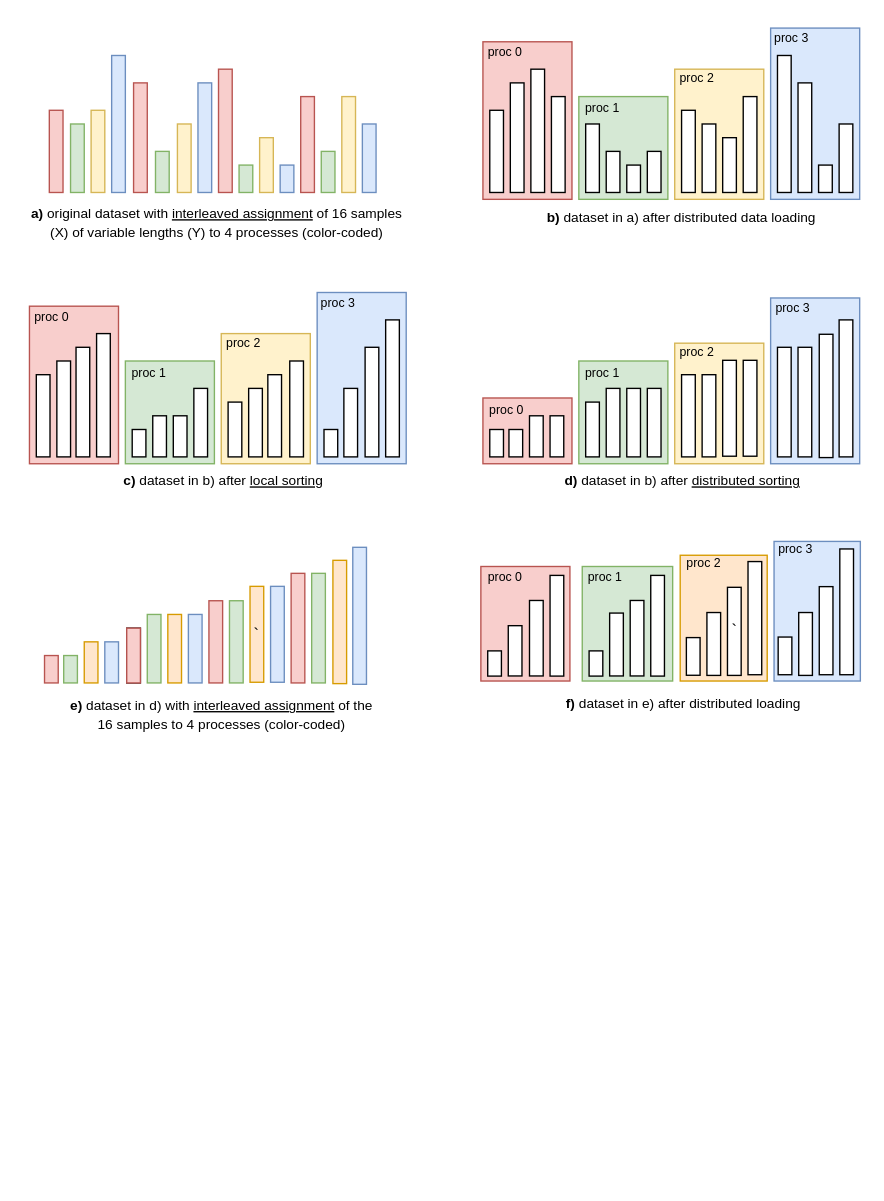
Before: assets/Training-Variable-Length/training-variable-length.drawio in brunomaga/brunomaga.github.io, a draw.io diagram. Source tidied: cells renumbered, new cells numbered last; positions are measured from the earlier drawing's top-left corner, leaving out a move shared by most shapes. Both pictures are drawn from the tidied source at 137%, with x=0, y=0 at pixel (23, 23).
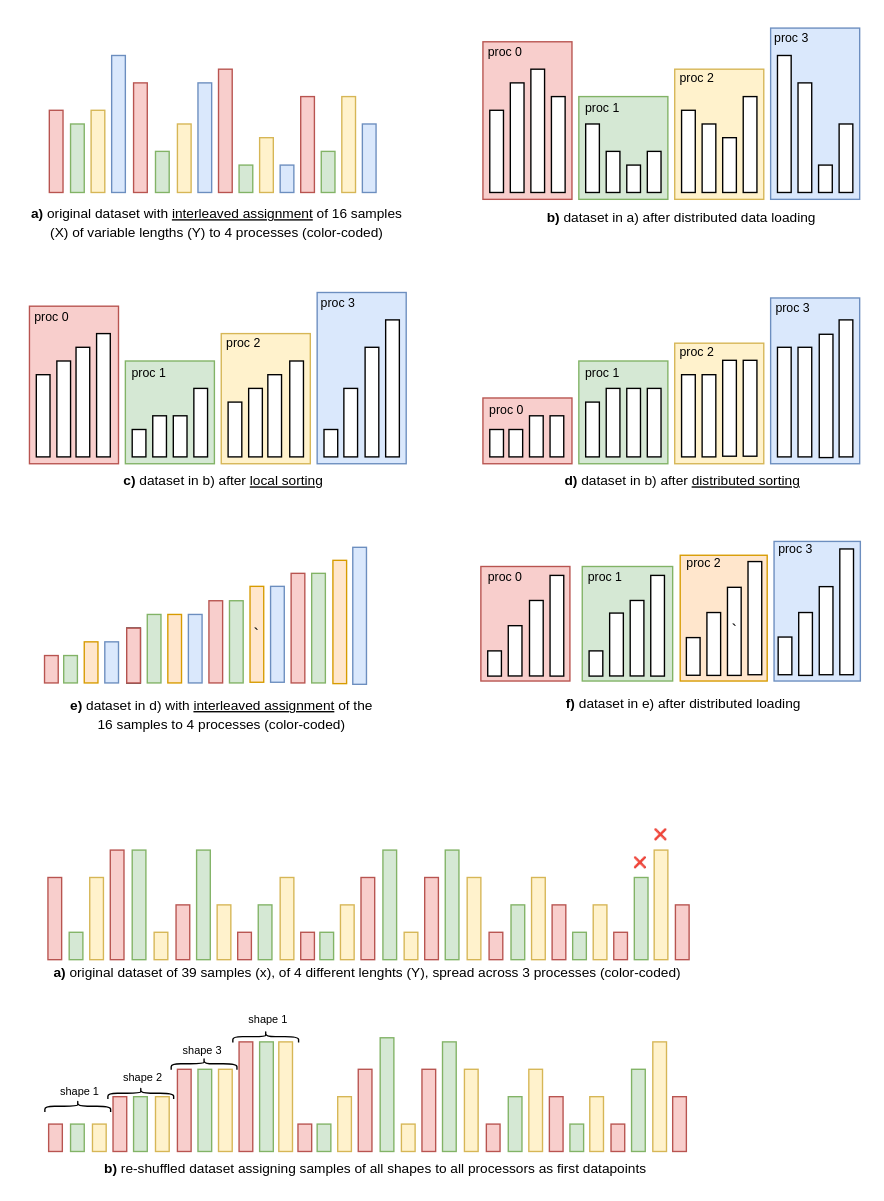
The same diagram, later.

Commit message (it also covers changes not shown here):
variable length training

Diff of the diagram source:
```diff
@@
-    <mxCell id="124" style="group;" parent="1" vertex="1">
-      <mxGeometry x="18.5" y="23" width="238.5" height="100" as="geometry" />
-    </mxCell>
-    <mxCell id="125" style="rounded=0;whiteSpace=wrap;html=1;fillColor=#f8cecc;strokeColor=#b85450;" parent="124" vertex="1">
-      <mxGeometry y="40" width="10" height="60" as="geometry" />
+    <mxCell id="125" style="rounded=0;whiteSpace=wrap;html=1;fillColor=#f8cecc;strokeColor=#b85450;" parent="1" vertex="1">
+      <mxGeometry x="18.5" y="63" width="10" height="60" as="geometry" />
     </mxCell>
-    <mxCell id="126" style="rounded=0;whiteSpace=wrap;html=1;fillColor=#d5e8d4;strokeColor=#82b366;" parent="124" vertex="1">
-      <mxGeometry x="15.5" y="50" width="10" height="50" as="geometry" />
+    <mxCell id="126" style="rounded=0;whiteSpace=wrap;html=1;fillColor=#d5e8d4;strokeColor=#82b366;" parent="1" vertex="1">
+      <mxGeometry x="34" y="73" width="10" height="50" as="geometry" />
     </mxCell>
-    <mxCell id="127" style="rounded=0;whiteSpace=wrap;html=1;fillColor=#fff2cc;strokeColor=#d6b656;" parent="124" vertex="1">
-      <mxGeometry x="30.5" y="40" width="10" height="60" as="geometry" />
+    <mxCell id="127" style="rounded=0;whiteSpace=wrap;html=1;fillColor=#fff2cc;strokeColor=#d6b656;" parent="1" vertex="1">
+      <mxGeometry x="49" y="63" width="10" height="60" as="geometry" />
     </mxCell>
-    <mxCell id="128" style="rounded=0;whiteSpace=wrap;html=1;fillColor=#dae8fc;strokeColor=#6c8ebf;" parent="124" vertex="1">
-      <mxGeometry x="45.5" width="10" height="100" as="geometry" />
+    <mxCell id="128" style="rounded=0;whiteSpace=wrap;html=1;fillColor=#dae8fc;strokeColor=#6c8ebf;" parent="1" vertex="1">
+      <mxGeometry x="64" y="23" width="10" height="100" as="geometry" />
     </mxCell>
-    <mxCell id="129" style="rounded=0;whiteSpace=wrap;html=1;fillColor=#f8cecc;strokeColor=#b85450;" parent="124" vertex="1">
-      <mxGeometry x="61.5" y="20" width="10" height="80" as="geometry" />
+    <mxCell id="129" style="rounded=0;whiteSpace=wrap;html=1;fillColor=#f8cecc;strokeColor=#b85450;" parent="1" vertex="1">
+      <mxGeometry x="80" y="43" width="10" height="80" as="geometry" />
     </mxCell>
-    <mxCell id="130" style="rounded=0;whiteSpace=wrap;html=1;fillColor=#fff2cc;strokeColor=#d6b656;" parent="124" vertex="1">
-      <mxGeometry x="93.5" y="50" width="10" height="50" as="geometry" />
+    <mxCell id="130" style="rounded=0;whiteSpace=wrap;html=1;fillColor=#fff2cc;strokeColor=#d6b656;" parent="1" vertex="1">
+      <mxGeometry x="112" y="73" width="10" height="50" as="geometry" />
     </mxCell>
-    <mxCell id="131" style="rounded=0;whiteSpace=wrap;html=1;fillColor=#dae8fc;strokeColor=#6c8ebf;" parent="124" vertex="1">
-      <mxGeometry x="108.5" y="20" width="10" height="80" as="geometry" />
+    <mxCell id="131" style="rounded=0;whiteSpace=wrap;html=1;fillColor=#dae8fc;strokeColor=#6c8ebf;" parent="1" vertex="1">
+      <mxGeometry x="127" y="43" width="10" height="80" as="geometry" />
     </mxCell>
-    <mxCell id="132" style="rounded=0;whiteSpace=wrap;html=1;fillColor=#d5e8d4;strokeColor=#82b366;" parent="124" vertex="1">
-      <mxGeometry x="77.5" y="70" width="10" height="30" as="geometry" />
+    <mxCell id="132" style="rounded=0;whiteSpace=wrap;html=1;fillColor=#d5e8d4;strokeColor=#82b366;" parent="1" vertex="1">
+      <mxGeometry x="96" y="93" width="10" height="30" as="geometry" />
     </mxCell>
-    <mxCell id="133" style="rounded=0;whiteSpace=wrap;html=1;fillColor=#f8cecc;strokeColor=#b85450;" parent="124" vertex="1">
-      <mxGeometry x="123.5" y="10" width="10" height="90" as="geometry" />
+    <mxCell id="133" style="rounded=0;whiteSpace=wrap;html=1;fillColor=#f8cecc;strokeColor=#b85450;" parent="1" vertex="1">
+      <mxGeometry x="142" y="33" width="10" height="90" as="geometry" />
     </mxCell>
-    <mxCell id="134" style="rounded=0;whiteSpace=wrap;html=1;fillColor=#d5e8d4;strokeColor=#82b366;" parent="124" vertex="1">
-      <mxGeometry x="138.5" y="80" width="10" height="20" as="geometry" />
+    <mxCell id="134" style="rounded=0;whiteSpace=wrap;html=1;fillColor=#d5e8d4;strokeColor=#82b366;" parent="1" vertex="1">
+      <mxGeometry x="157" y="103" width="10" height="20" as="geometry" />
     </mxCell>
-    <mxCell id="135" style="rounded=0;whiteSpace=wrap;html=1;fillColor=#fff2cc;strokeColor=#d6b656;" parent="124" vertex="1">
-      <mxGeometry x="153.5" y="60" width="10" height="40" as="geometry" />
+    <mxCell id="135" style="rounded=0;whiteSpace=wrap;html=1;fillColor=#fff2cc;strokeColor=#d6b656;" parent="1" vertex="1">
+      <mxGeometry x="172" y="83" width="10" height="40" as="geometry" />
     </mxCell>
-    <mxCell id="136" style="rounded=0;whiteSpace=wrap;html=1;fillColor=#dae8fc;strokeColor=#6c8ebf;" parent="124" vertex="1">
-      <mxGeometry x="168.5" y="80" width="10" height="20" as="geometry" />
+    <mxCell id="136" style="rounded=0;whiteSpace=wrap;html=1;fillColor=#dae8fc;strokeColor=#6c8ebf;" parent="1" vertex="1">
+      <mxGeometry x="187" y="103" width="10" height="20" as="geometry" />
     </mxCell>
-    <mxCell id="137" style="rounded=0;whiteSpace=wrap;html=1;fillColor=#f8cecc;strokeColor=#b85450;" parent="124" vertex="1">
-      <mxGeometry x="183.5" y="30" width="10" height="70" as="geometry" />
+    <mxCell id="137" style="rounded=0;whiteSpace=wrap;html=1;fillColor=#f8cecc;strokeColor=#b85450;" parent="1" vertex="1">
+      <mxGeometry x="202" y="53" width="10" height="70" as="geometry" />
     </mxCell>
-    <mxCell id="138" style="rounded=0;whiteSpace=wrap;html=1;fillColor=#d5e8d4;strokeColor=#82b366;" parent="124" vertex="1">
-      <mxGeometry x="198.5" y="70" width="10" height="30" as="geometry" />
+    <mxCell id="138" style="rounded=0;whiteSpace=wrap;html=1;fillColor=#d5e8d4;strokeColor=#82b366;" parent="1" vertex="1">
+      <mxGeometry x="217" y="93" width="10" height="30" as="geometry" />
     </mxCell>
-    <mxCell id="139" style="rounded=0;whiteSpace=wrap;html=1;fillColor=#fff2cc;strokeColor=#d6b656;" parent="124" vertex="1">
-      <mxGeometry x="213.5" y="30" width="10" height="70" as="geometry" />
+    <mxCell id="139" style="rounded=0;whiteSpace=wrap;html=1;fillColor=#fff2cc;strokeColor=#d6b656;" parent="1" vertex="1">
+      <mxGeometry x="232" y="53" width="10" height="70" as="geometry" />
     </mxCell>
-    <mxCell id="140" style="rounded=0;whiteSpace=wrap;html=1;fillColor=#dae8fc;strokeColor=#6c8ebf;" parent="124" vertex="1">
-      <mxGeometry x="228.5" y="50" width="10" height="50" as="geometry" />
+    <mxCell id="140" style="rounded=0;whiteSpace=wrap;html=1;fillColor=#dae8fc;strokeColor=#6c8ebf;" parent="1" vertex="1">
+      <mxGeometry x="247" y="73" width="10" height="50" as="geometry" />
     </mxCell>
+    <mxCell id="141" value="&lt;div style=&quot;text-align: center;&quot;&gt;&lt;span style=&quot;background-color: initial;&quot;&gt;&lt;font size=&quot;1&quot;&gt;&lt;b&gt;a) &lt;/b&gt;original dataset of 39 samples (x), of 4 different lenghts (Y), spread across 3 processes (color-coded)&lt;/font&gt;&lt;/span&gt;&lt;/div&gt;" style="text;whiteSpace=wrap;html=1;" parent="1" vertex="1">
+      <mxGeometry x="20" y="678" width="470" height="22" as="geometry" />
+    </mxCell>
+    <mxCell id="142" style="rounded=0;whiteSpace=wrap;html=1;fillColor=#f8cecc;strokeColor=#b85450;" parent="1" vertex="1">
+      <mxGeometry x="17.5" y="623" width="10" height="60" as="geometry" />
+    </mxCell>
+    <mxCell id="143" style="rounded=0;whiteSpace=wrap;html=1;fillColor=#d5e8d4;strokeColor=#82b366;" parent="1" vertex="1">
+      <mxGeometry x="33" y="663" width="10" height="20" as="geometry" />
+    </mxCell>
+    <mxCell id="144" style="rounded=0;whiteSpace=wrap;html=1;fillColor=#fff2cc;strokeColor=#d6b656;" parent="1" vertex="1">
+      <mxGeometry x="48" y="623" width="10" height="60" as="geometry" />
+    </mxCell>
+    <mxCell id="145" style="rounded=0;whiteSpace=wrap;html=1;fillColor=#f8cecc;strokeColor=#b85450;" parent="1" vertex="1">
+      <mxGeometry x="63" y="603" width="10" height="80" as="geometry" />
+    </mxCell>
+    <mxCell id="146" style="rounded=0;whiteSpace=wrap;html=1;fillColor=#d5e8d4;strokeColor=#82b366;" parent="1" vertex="1">
+      <mxGeometry x="79" y="603" width="10" height="80" as="geometry" />
+    </mxCell>
+    <mxCell id="147" style="rounded=0;whiteSpace=wrap;html=1;fillColor=#f8cecc;strokeColor=#b85450;" parent="1" vertex="1">
+      <mxGeometry x="111" y="643" width="10" height="40" as="geometry" />
+    </mxCell>
+    <mxCell id="148" style="rounded=0;whiteSpace=wrap;html=1;fillColor=#d5e8d4;strokeColor=#82b366;" parent="1" vertex="1">
+      <mxGeometry x="126" y="603" width="10" height="80" as="geometry" />
+    </mxCell>
+    <mxCell id="149" style="rounded=0;whiteSpace=wrap;html=1;fillColor=#fff2cc;strokeColor=#d6b656;" parent="1" vertex="1">
+      <mxGeometry x="95" y="663" width="10" height="20" as="geometry" />
+    </mxCell>
+    <mxCell id="150" style="rounded=0;whiteSpace=wrap;html=1;fillColor=#fff2cc;strokeColor=#d6b656;" parent="1" vertex="1">
+      <mxGeometry x="141" y="643" width="10" height="40" as="geometry" />
+    </mxCell>
+    <mxCell id="151" style="rounded=0;whiteSpace=wrap;html=1;fillColor=#f8cecc;strokeColor=#b85450;" parent="1" vertex="1">
+      <mxGeometry x="156" y="663" width="10" height="20" as="geometry" />
+    </mxCell>
+    <mxCell id="152" style="rounded=0;whiteSpace=wrap;html=1;fillColor=#d5e8d4;strokeColor=#82b366;" parent="1" vertex="1">
+      <mxGeometry x="171" y="643" width="10" height="40" as="geometry" />
+    </mxCell>
+    <mxCell id="153" style="rounded=0;whiteSpace=wrap;html=1;fillColor=#f8cecc;strokeColor=#b85450;" parent="1" vertex="1">
+      <mxGeometry x="202" y="663" width="10" height="20" as="geometry" />
+    </mxCell>
+    <mxCell id="154" style="rounded=0;whiteSpace=wrap;html=1;fillColor=#fff2cc;strokeColor=#d6b656;" parent="1" vertex="1">
+      <mxGeometry x="187" y="623" width="10" height="60" as="geometry" />
+    </mxCell>
+    <mxCell id="155" style="rounded=0;whiteSpace=wrap;html=1;fillColor=#d5e8d4;strokeColor=#82b366;" parent="1" vertex="1">
+      <mxGeometry x="216" y="663" width="10" height="20" as="geometry" />
+    </mxCell>
+    <mxCell id="156" style="rounded=0;whiteSpace=wrap;html=1;fillColor=#fff2cc;strokeColor=#d6b656;" parent="1" vertex="1">
+      <mxGeometry x="231" y="643" width="10" height="40" as="geometry" />
+    </mxCell>
+    <mxCell id="157" style="rounded=0;whiteSpace=wrap;html=1;fillColor=#f8cecc;strokeColor=#b85450;" parent="1" vertex="1">
+      <mxGeometry x="246" y="623" width="10" height="60" as="geometry" />
+    </mxCell>
+    <mxCell id="158" style="rounded=0;whiteSpace=wrap;html=1;fillColor=#d5e8d4;strokeColor=#82b366;" parent="1" vertex="1">
+      <mxGeometry x="262" y="603" width="10" height="80" as="geometry" />
+    </mxCell>
+    <mxCell id="159" style="rounded=0;whiteSpace=wrap;html=1;fillColor=#fff2cc;strokeColor=#d6b656;" parent="1" vertex="1">
+      <mxGeometry x="277.5" y="663" width="10" height="20" as="geometry" />
+    </mxCell>
+    <mxCell id="160" style="rounded=0;whiteSpace=wrap;html=1;fillColor=#f8cecc;strokeColor=#b85450;" parent="1" vertex="1">
+      <mxGeometry x="292.5" y="623" width="10" height="60" as="geometry" />
+    </mxCell>
+    <mxCell id="161" style="rounded=0;whiteSpace=wrap;html=1;fillColor=#d5e8d4;strokeColor=#82b366;" parent="1" vertex="1">
+      <mxGeometry x="307.5" y="603" width="10" height="80" as="geometry" />
+    </mxCell>
+    <mxCell id="162" style="rounded=0;whiteSpace=wrap;html=1;fillColor=#fff2cc;strokeColor=#d6b656;" parent="1" vertex="1">
+      <mxGeometry x="323.5" y="623" width="10" height="60" as="geometry" />
+    </mxCell>
+    <mxCell id="163" style="rounded=0;whiteSpace=wrap;html=1;fillColor=#d5e8d4;strokeColor=#82b366;" parent="1" vertex="1">
+      <mxGeometry x="355.5" y="643" width="10" height="40" as="geometry" />
+    </mxCell>
+    <mxCell id="164" style="rounded=0;whiteSpace=wrap;html=1;fillColor=#fff2cc;strokeColor=#d6b656;" parent="1" vertex="1">
+      <mxGeometry x="370.5" y="623" width="10" height="60" as="geometry" />
+    </mxCell>
+    <mxCell id="165" style="rounded=0;whiteSpace=wrap;html=1;fillColor=#f8cecc;strokeColor=#b85450;" parent="1" vertex="1">
+      <mxGeometry x="339.5" y="663" width="10" height="20" as="geometry" />
+    </mxCell>
+    <mxCell id="166" style="rounded=0;whiteSpace=wrap;html=1;fillColor=#f8cecc;strokeColor=#b85450;" parent="1" vertex="1">
+      <mxGeometry x="385.5" y="643" width="10" height="40" as="geometry" />
+    </mxCell>
+    <mxCell id="167" style="rounded=0;whiteSpace=wrap;html=1;fillColor=#d5e8d4;strokeColor=#82b366;" parent="1" vertex="1">
+      <mxGeometry x="400.5" y="663" width="10" height="20" as="geometry" />
+    </mxCell>
+    <mxCell id="168" style="rounded=0;whiteSpace=wrap;html=1;fillColor=#fff2cc;strokeColor=#d6b656;" parent="1" vertex="1">
+      <mxGeometry x="415.5" y="643" width="10" height="40" as="geometry" />
+    </mxCell>
+    <mxCell id="169" style="rounded=0;whiteSpace=wrap;html=1;fillColor=#f8cecc;strokeColor=#b85450;" parent="1" vertex="1">
+      <mxGeometry x="430.5" y="663" width="10" height="20" as="geometry" />
+    </mxCell>
+    <mxCell id="170" style="rounded=0;whiteSpace=wrap;html=1;fillColor=#d5e8d4;strokeColor=#82b366;" parent="1" vertex="1">
+      <mxGeometry x="445.5" y="623" width="10" height="60" as="geometry" />
+    </mxCell>
+    <mxCell id="171" style="rounded=0;whiteSpace=wrap;html=1;fillColor=#f8cecc;strokeColor=#b85450;" parent="1" vertex="1">
+      <mxGeometry x="475.5" y="643" width="10" height="40" as="geometry" />
+    </mxCell>
+    <mxCell id="172" style="rounded=0;whiteSpace=wrap;html=1;fillColor=#f8cecc;strokeColor=#b85450;" parent="1" vertex="1">
+      <mxGeometry x="112" y="763" width="10" height="60" as="geometry" />
+    </mxCell>
+    <mxCell id="173" style="rounded=0;whiteSpace=wrap;html=1;fillColor=#f8cecc;strokeColor=#b85450;" parent="1" vertex="1">
+      <mxGeometry x="18" y="803" width="10" height="20" as="geometry" />
+    </mxCell>
+    <mxCell id="174" style="rounded=0;whiteSpace=wrap;html=1;fillColor=#d5e8d4;strokeColor=#82b366;" parent="1" vertex="1">
+      <mxGeometry x="127" y="763" width="10" height="60" as="geometry" />
+    </mxCell>
+    <mxCell id="175" style="rounded=0;whiteSpace=wrap;html=1;fillColor=#f8cecc;strokeColor=#b85450;" parent="1" vertex="1">
+      <mxGeometry x="157" y="743" width="10" height="80" as="geometry" />
+    </mxCell>
+    <mxCell id="176" style="rounded=0;whiteSpace=wrap;html=1;fillColor=#d5e8d4;strokeColor=#82b366;" parent="1" vertex="1">
+      <mxGeometry x="172" y="743" width="10" height="80" as="geometry" />
+    </mxCell>
+    <mxCell id="177" style="rounded=0;whiteSpace=wrap;html=1;fillColor=#f8cecc;strokeColor=#b85450;" parent="1" vertex="1">
+      <mxGeometry x="65" y="783" width="10" height="40" as="geometry" />
+    </mxCell>
+    <mxCell id="178" style="rounded=0;whiteSpace=wrap;html=1;fillColor=#fff2cc;strokeColor=#d6b656;" parent="1" vertex="1">
+      <mxGeometry x="186" y="743" width="10" height="80" as="geometry" />
+    </mxCell>
+    <mxCell id="179" style="rounded=0;whiteSpace=wrap;html=1;fillColor=#d5e8d4;strokeColor=#82b366;" parent="1" vertex="1">
+      <mxGeometry x="34" y="803" width="10" height="20" as="geometry" />
+    </mxCell>
+    <mxCell id="180" style="rounded=0;whiteSpace=wrap;html=1;fillColor=#d5e8d4;strokeColor=#82b366;" parent="1" vertex="1">
+      <mxGeometry x="80" y="783" width="10" height="40" as="geometry" />
+    </mxCell>
+    <mxCell id="181" style="rounded=0;whiteSpace=wrap;html=1;fillColor=#fff2cc;strokeColor=#d6b656;" parent="1" vertex="1">
+      <mxGeometry x="50" y="803" width="10" height="20" as="geometry" />
+    </mxCell>
+    <mxCell id="182" style="rounded=0;whiteSpace=wrap;html=1;fillColor=#fff2cc;strokeColor=#d6b656;" parent="1" vertex="1">
+      <mxGeometry x="96" y="783" width="10" height="40" as="geometry" />
+    </mxCell>
+    <mxCell id="183" style="rounded=0;whiteSpace=wrap;html=1;fillColor=#f8cecc;strokeColor=#b85450;" parent="1" vertex="1">
+      <mxGeometry x="200" y="803" width="10" height="20" as="geometry" />
+    </mxCell>
+    <mxCell id="184" style="rounded=0;whiteSpace=wrap;html=1;fillColor=#fff2cc;strokeColor=#d6b656;" parent="1" vertex="1">
+      <mxGeometry x="142" y="763" width="10" height="60" as="geometry" />
+    </mxCell>
+    <mxCell id="185" style="rounded=0;whiteSpace=wrap;html=1;fillColor=#d5e8d4;strokeColor=#82b366;" parent="1" vertex="1">
+      <mxGeometry x="214" y="803" width="10" height="20" as="geometry" />
+    </mxCell>
+    <mxCell id="186" style="rounded=0;whiteSpace=wrap;html=1;fillColor=#fff2cc;strokeColor=#d6b656;" parent="1" vertex="1">
+      <mxGeometry x="229" y="783" width="10" height="40" as="geometry" />
+    </mxCell>
+    <mxCell id="187" style="rounded=0;whiteSpace=wrap;html=1;fillColor=#f8cecc;strokeColor=#b85450;" parent="1" vertex="1">
+      <mxGeometry x="244" y="763" width="10" height="60" as="geometry" />
+    </mxCell>
+    <mxCell id="188" style="rounded=0;whiteSpace=wrap;html=1;fillColor=#d5e8d4;strokeColor=#82b366;" parent="1" vertex="1">
+      <mxGeometry x="260" y="740" width="10" height="83" as="geometry" />
+    </mxCell>
+    <mxCell id="189" style="rounded=0;whiteSpace=wrap;html=1;fillColor=#fff2cc;strokeColor=#d6b656;" parent="1" vertex="1">
+      <mxGeometry x="275.5" y="803" width="10" height="20" as="geometry" />
+    </mxCell>
+    <mxCell id="190" style="rounded=0;whiteSpace=wrap;html=1;fillColor=#f8cecc;strokeColor=#b85450;" parent="1" vertex="1">
+      <mxGeometry x="290.5" y="763" width="10" height="60" as="geometry" />
+    </mxCell>
+    <mxCell id="191" style="rounded=0;whiteSpace=wrap;html=1;fillColor=#d5e8d4;strokeColor=#82b366;" parent="1" vertex="1">
+      <mxGeometry x="305.5" y="743" width="10" height="80" as="geometry" />
+    </mxCell>
+    <mxCell id="192" style="rounded=0;whiteSpace=wrap;html=1;fillColor=#fff2cc;strokeColor=#d6b656;" parent="1" vertex="1">
+      <mxGeometry x="321.5" y="763" width="10" height="60" as="geometry" />
+    </mxCell>
+    <mxCell id="193" style="rounded=0;whiteSpace=wrap;html=1;fillColor=#d5e8d4;strokeColor=#82b366;" parent="1" vertex="1">
+      <mxGeometry x="353.5" y="783" width="10" height="40" as="geometry" />
+    </mxCell>
+    <mxCell id="194" style="rounded=0;whiteSpace=wrap;html=1;fillColor=#fff2cc;strokeColor=#d6b656;" parent="1" vertex="1">
+      <mxGeometry x="368.5" y="763" width="10" height="60" as="geometry" />
+    </mxCell>
+    <mxCell id="195" style="rounded=0;whiteSpace=wrap;html=1;fillColor=#f8cecc;strokeColor=#b85450;" parent="1" vertex="1">
+      <mxGeometry x="337.5" y="803" width="10" height="20" as="geometry" />
+    </mxCell>
+    <mxCell id="196" style="rounded=0;whiteSpace=wrap;html=1;fillColor=#f8cecc;strokeColor=#b85450;" parent="1" vertex="1">
+      <mxGeometry x="383.5" y="783" width="10" height="40" as="geometry" />
+    </mxCell>
+    <mxCell id="197" style="rounded=0;whiteSpace=wrap;html=1;fillColor=#d5e8d4;strokeColor=#82b366;" parent="1" vertex="1">
+      <mxGeometry x="398.5" y="803" width="10" height="20" as="geometry" />
+    </mxCell>
+    <mxCell id="198" style="rounded=0;whiteSpace=wrap;html=1;fillColor=#f8cecc;strokeColor=#b85450;" parent="1" vertex="1">
+      <mxGeometry x="428.5" y="803" width="10" height="20" as="geometry" />
+    </mxCell>
+    <mxCell id="199" style="rounded=0;whiteSpace=wrap;html=1;fillColor=#d5e8d4;strokeColor=#82b366;" parent="1" vertex="1">
+      <mxGeometry x="443.5" y="763" width="10" height="60" as="geometry" />
+    </mxCell>
+    <mxCell id="200" style="rounded=0;whiteSpace=wrap;html=1;fillColor=#f8cecc;strokeColor=#b85450;" parent="1" vertex="1">
+      <mxGeometry x="473.5" y="783" width="10" height="40" as="geometry" />
+    </mxCell>
+    <mxCell id="201" value="&lt;div style=&quot;text-align: center;&quot;&gt;&lt;span style=&quot;background-color: initial;&quot;&gt;&lt;font size=&quot;1&quot;&gt;&lt;b&gt;b) &lt;/b&gt;re-shuffled dataset assigning samples of all shapes to all processors as first datapoints&lt;/font&gt;&lt;/span&gt;&lt;/div&gt;" style="text;whiteSpace=wrap;html=1;" parent="1" vertex="1">
+      <mxGeometry x="57" y="821" width="410" height="22" as="geometry" />
+    </mxCell>
+    <mxCell id="202" value="&lt;font style=&quot;font-size: 8px;&quot;&gt;shape 1&lt;/font&gt;" style="text;html=1;align=center;verticalAlign=middle;whiteSpace=wrap;rounded=0;spacing=2;spacingTop=0;" parent="1" vertex="1">
+      <mxGeometry x="160" y="716" width="37" height="20" as="geometry" />
+    </mxCell>
+    <mxCell id="203" style="shape=curlyBracket;whiteSpace=wrap;html=1;rounded=1;labelPosition=left;verticalLabelPosition=middle;align=right;verticalAlign=middle;rotation=90;" parent="1" vertex="1">
+      <mxGeometry x="172.2" y="715.2" width="8.5" height="48" as="geometry" />
+    </mxCell>
+    <mxCell id="204" value="&lt;span style=&quot;font-size: 8px;&quot;&gt;shape 3&lt;/span&gt;" style="text;html=1;align=center;verticalAlign=middle;whiteSpace=wrap;rounded=0;spacing=2;spacingTop=0;" parent="1" vertex="1">
+      <mxGeometry x="113" y="738" width="35" height="20" as="geometry" />
+    </mxCell>
+    <mxCell id="205" style="shape=curlyBracket;whiteSpace=wrap;html=1;rounded=1;labelPosition=left;verticalLabelPosition=middle;align=right;verticalAlign=middle;rotation=90;" parent="1" vertex="1">
+      <mxGeometry x="127.2" y="735" width="8.5" height="48" as="geometry" />
+    </mxCell>
+    <mxCell id="206" style="shape=curlyBracket;whiteSpace=wrap;html=1;rounded=1;labelPosition=left;verticalLabelPosition=middle;align=right;verticalAlign=middle;rotation=90;" parent="1" vertex="1">
+      <mxGeometry x="81" y="756.5" width="8.5" height="48" as="geometry" />
+    </mxCell>
+    <mxCell id="207" value="&lt;font style=&quot;font-size: 8px;&quot;&gt;shape 2&lt;/font&gt;" style="text;html=1;align=center;verticalAlign=middle;whiteSpace=wrap;rounded=0;spacing=2;spacingTop=0;" parent="1" vertex="1">
+      <mxGeometry x="70" y="758" width="34" height="20" as="geometry" />
+    </mxCell>
+    <mxCell id="208" style="shape=curlyBracket;whiteSpace=wrap;html=1;rounded=1;labelPosition=left;verticalLabelPosition=middle;align=right;verticalAlign=middle;rotation=90;" parent="1" vertex="1">
+      <mxGeometry x="35" y="766" width="8.5" height="48" as="geometry" />
+    </mxCell>
+    <mxCell id="209" value="&lt;font style=&quot;font-size: 8px;&quot;&gt;shape 1&lt;/font&gt;" style="text;html=1;align=center;verticalAlign=middle;whiteSpace=wrap;rounded=0;spacing=2;spacingTop=0;" parent="1" vertex="1">
+      <mxGeometry x="22" y="767.5" width="38" height="20" as="geometry" />
+    </mxCell>
+    <mxCell id="210" style="rounded=0;whiteSpace=wrap;html=1;fillColor=#fff2cc;strokeColor=#d6b656;" parent="1" vertex="1">
+      <mxGeometry x="413" y="783" width="10" height="40" as="geometry" />
+    </mxCell>
+    <mxCell id="211" style="rounded=0;whiteSpace=wrap;html=1;fillColor=#fff2cc;strokeColor=#d6b656;" parent="1" vertex="1">
+      <mxGeometry x="459" y="743" width="10" height="80" as="geometry" />
+    </mxCell>
+    <mxCell id="212" style="rounded=0;whiteSpace=wrap;html=1;fillColor=#fff2cc;strokeColor=#d6b656;" parent="1" vertex="1">
+      <mxGeometry x="460" y="603" width="10" height="80" as="geometry" />
+    </mxCell>
+    <mxCell id="213" value="❌" style="text;whiteSpace=wrap;fontSize=8;" parent="1" vertex="1">
+      <mxGeometry x="442.5" y="601" width="10" height="20" as="geometry" />
+    </mxCell>
+    <mxCell id="214" value="❌" style="text;whiteSpace=wrap;fontSize=8;" parent="1" vertex="1">
+      <mxGeometry x="458" y="581" width="10" height="20" as="geometry" />
+    </mxCell>
```
